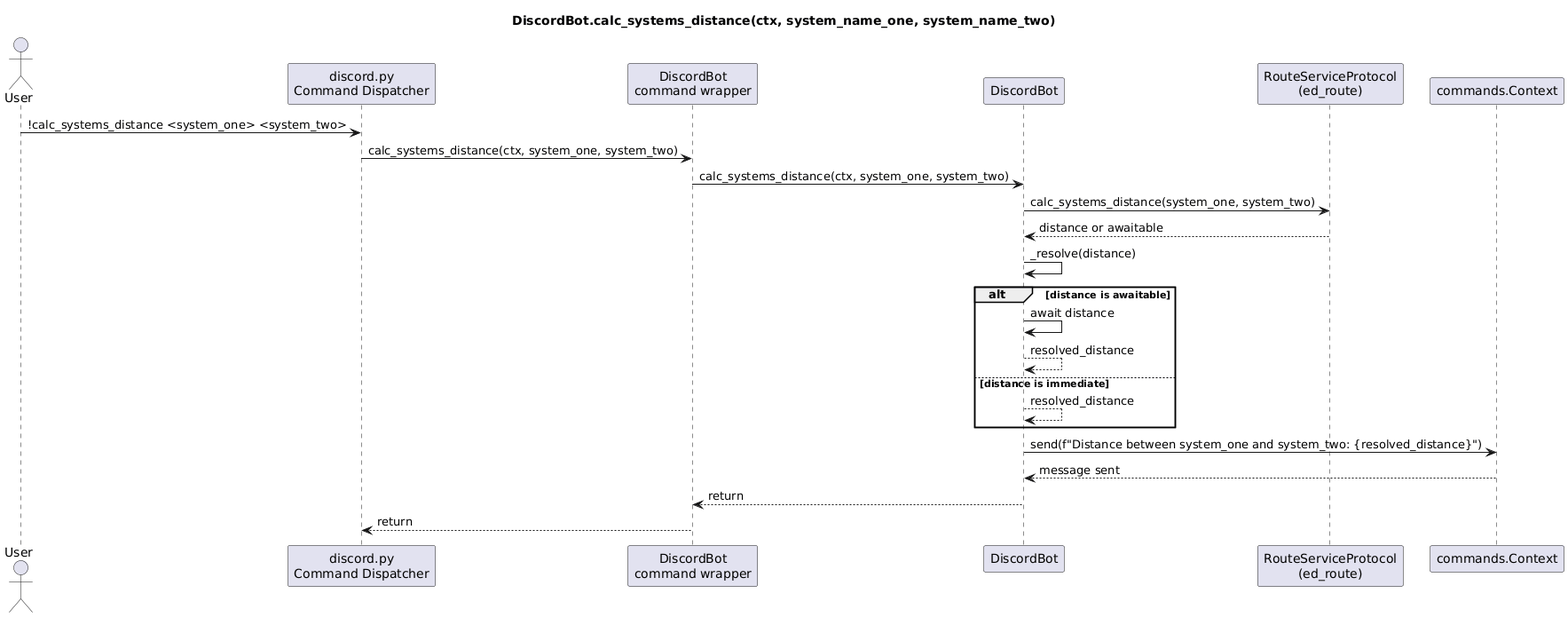
Before: docs/discord_bot_sequences/discord_bot_sequences-2.png, a diagram exported from PlantUML (fazleskhan/elite_dangerous_discord_tools).
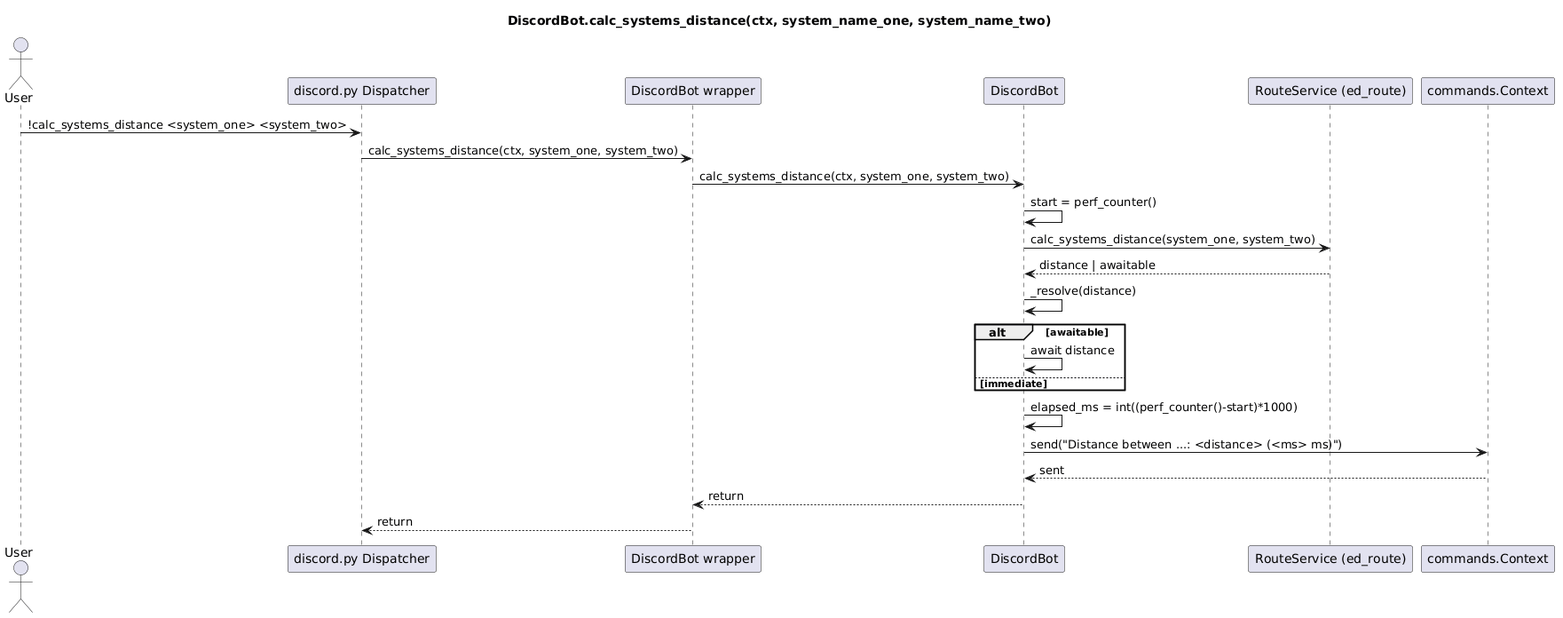
After the commit.

The edit, as a diff of the source:
```diff
@@ -2,26 +2,26 @@
 title DiscordBot.calc_systems_distance(ctx, system_name_one, system_name_two)
 
 actor User
-participant "discord.py\nCommand Dispatcher" as Dispatcher
-participant "DiscordBot\ncommand wrapper" as Wrapper
+participant "discord.py Dispatcher" as Dispatcher
+participant "DiscordBot wrapper" as Wrapper
 participant "DiscordBot" as Bot
-participant "RouteServiceProtocol\n(ed_route)" as RouteService
+participant "RouteService (ed_route)" as Route
 participant "commands.Context" as Ctx
 
 User -> Dispatcher: !calc_systems_distance <system_one> <system_two>
 Dispatcher -> Wrapper: calc_systems_distance(ctx, system_one, system_two)
 Wrapper -> Bot: calc_systems_distance(ctx, system_one, system_two)
-Bot -> RouteService: calc_systems_distance(system_one, system_two)
-RouteService --> Bot: distance or awaitable
+Bot -> Bot: start = perf_counter()
+Bot -> Route: calc_systems_distance(system_one, system_two)
+Route --> Bot: distance | awaitable
 Bot -> Bot: _resolve(distance)
-alt distance is awaitable
+alt awaitable
   Bot -> Bot: await distance
-  Bot --> Bot: resolved_distance
-else distance is immediate
-  Bot --> Bot: resolved_distance
+else immediate
 end
-Bot -> Ctx: send(f"Distance between system_one and system_two: {resolved_distance}")
-Ctx --> Bot: message sent
+Bot -> Bot: elapsed_ms = int((perf_counter()-start)*1000)
+Bot -> Ctx: send("Distance between ...: <distance> (<ms> ms)")
+Ctx --> Bot: sent
 Bot --> Wrapper: return
 Wrapper --> Dispatcher: return
 @enduml
```
